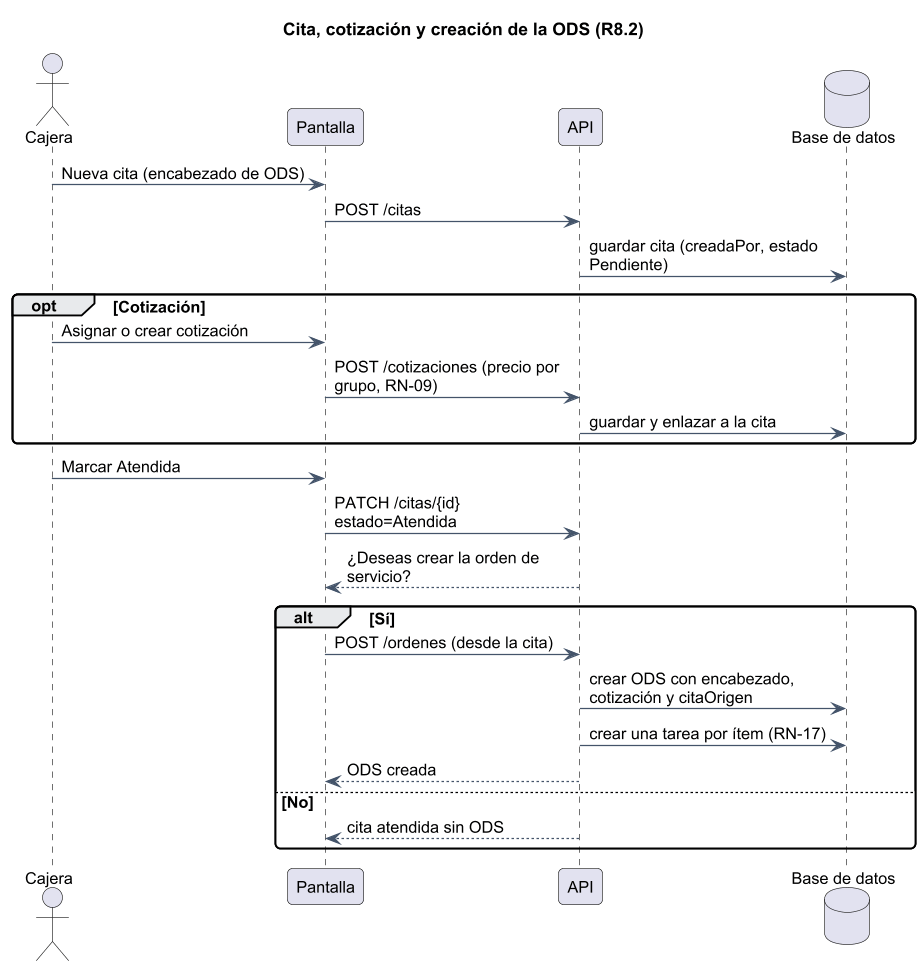
Earlier version of the PlantUML export diagramas/R82/png/DSE-R82-0002_secuencia_cita_a_ods.png (AlvaroMachaca05Dev/Tesis_Posventa).
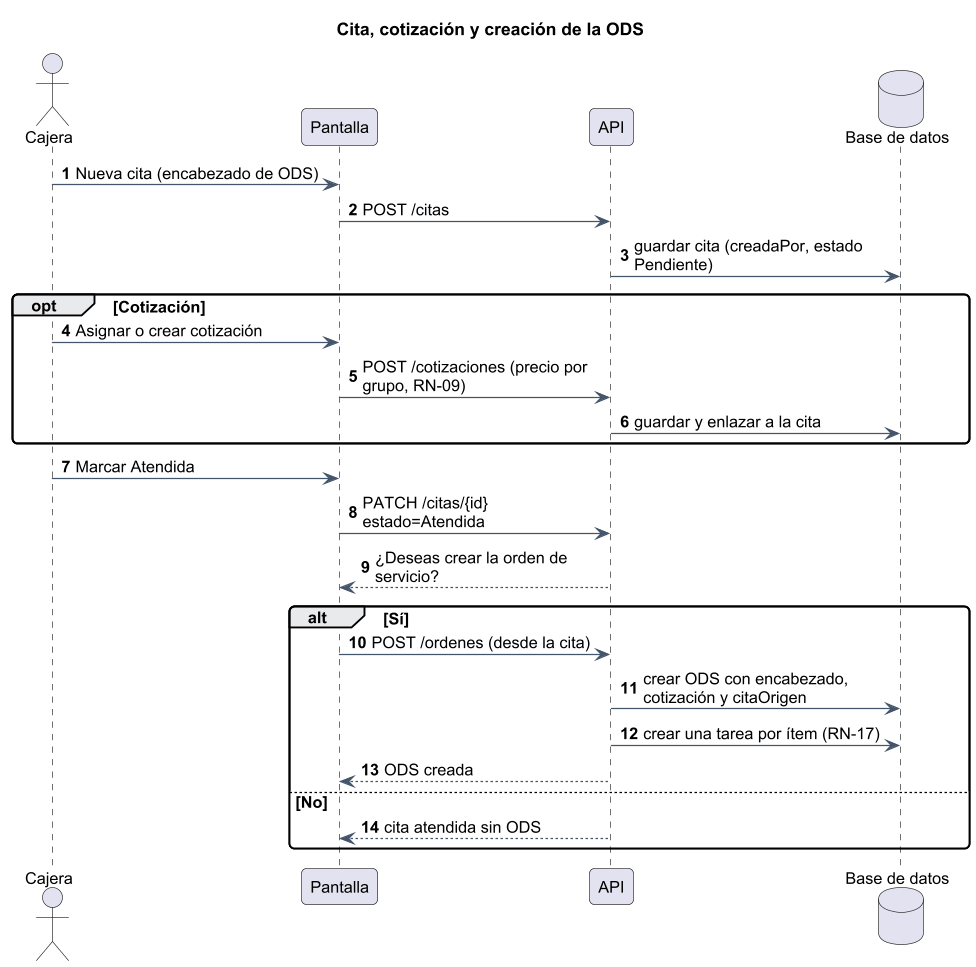
The same diagram one commit later.

What changed in the source:
```diff
@@ -1,6 +1,7 @@
 @startuml
 !include _estilo.iuml
-title Cita, cotización y creación de la ODS (R8.2)
+autonumber
+title Cita, cotización y creación de la ODS
 actor Cajera
 participant "Pantalla" as UI
 participant "API" as API
```
